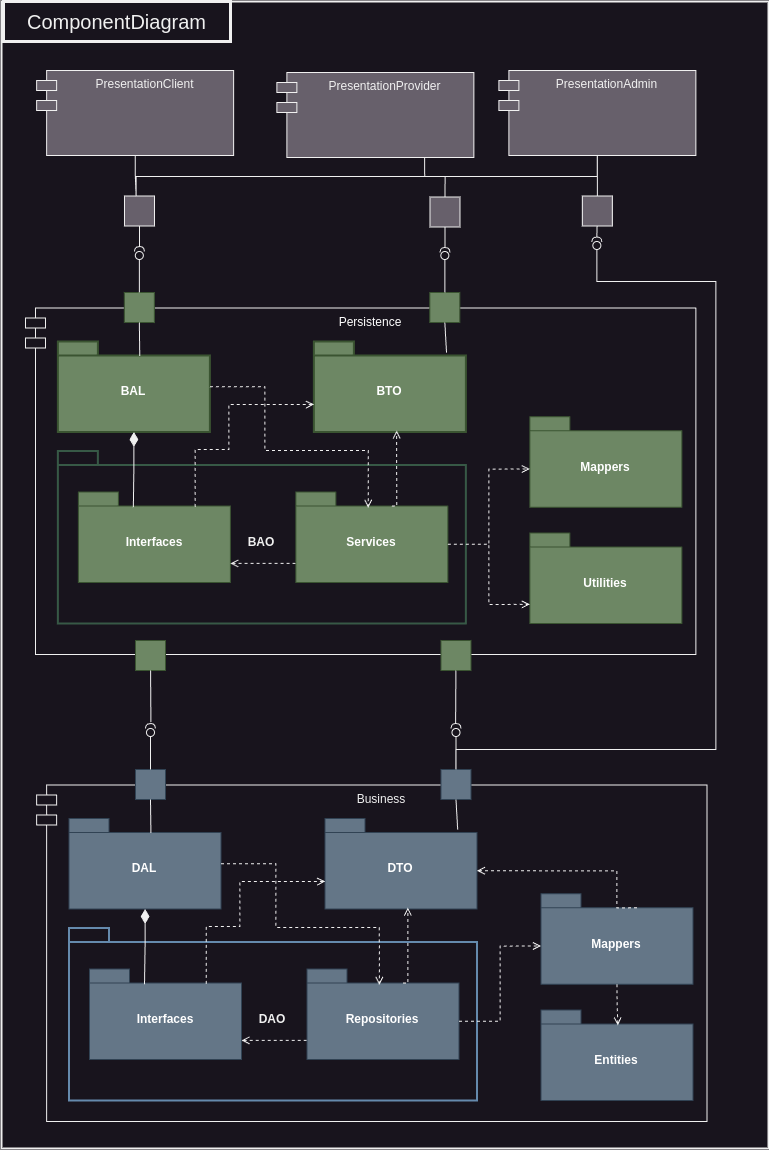
Above: images/component_diagram.png in DamirDenis-Tudor/book-store.net (draw.io), before the change. Source tidied: cells renumbered, new cells last; positions are measured from the earlier drawing's top-left corner, leaving out a move shared by most shapes.
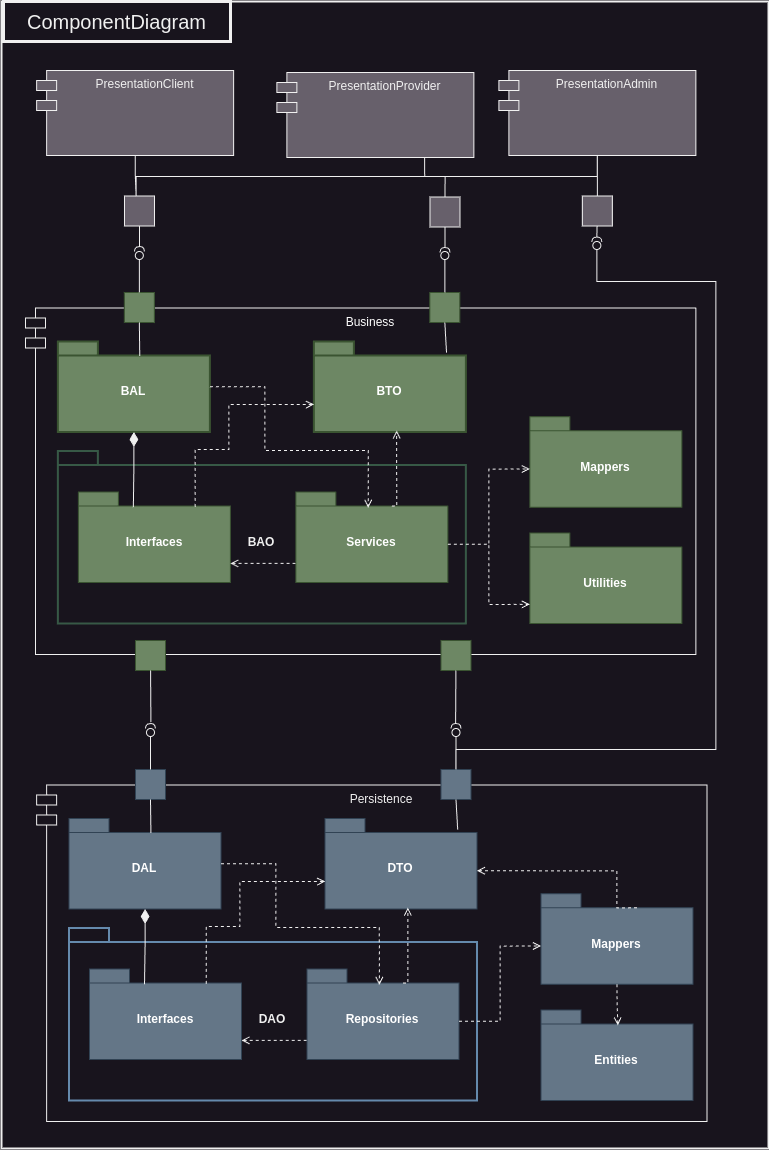
The same diagram one commit later.

Change to the diagram source:
```diff
@@ -5,7 +5,7 @@
     <mxCell id="2" style="rounded=0;whiteSpace=wrap;html=1;strokeWidth=2;" parent="1" vertex="1">
       <mxGeometry width="767" height="1147" as="geometry" />
     </mxCell>
-    <mxCell id="3" value="Persistence" style="shape=module;align=left;spacingLeft=20;align=center;verticalAlign=top;whiteSpace=wrap;html=1;fillColor=default;fontColor=#ffffff;strokeColor=default;" parent="1" vertex="1">
+    <mxCell id="3" value="Business" style="shape=module;align=left;spacingLeft=20;align=center;verticalAlign=top;whiteSpace=wrap;html=1;fillColor=default;fontColor=#ffffff;strokeColor=default;" parent="1" vertex="1">
       <mxGeometry x="24" y="306.5" width="670.3" height="346.5" as="geometry" />
     </mxCell>
     <mxCell id="4" value="BAO" style="shape=folder;fontStyle=1;spacingTop=10;tabWidth=40;tabHeight=14;tabPosition=left;html=1;whiteSpace=wrap;strokeColor=#375946;strokeWidth=2;" parent="1" vertex="1">
@@ -91,7 +91,7 @@
     <mxCell id="25" style="edgeStyle=orthogonalEdgeStyle;rounded=0;jettySize=auto;html=1;exitX=0.5;exitY=1;exitDx=0;exitDy=0;entryX=0.539;entryY=0.16;entryDx=0;entryDy=0;entryPerimeter=0;endArrow=none;endFill=0;" parent="1" edge="1" source="18" target="5">
       <mxGeometry relative="1" as="geometry" />
     </mxCell>
-    <mxCell id="26" value="Business" style="shape=module;align=left;spacingLeft=20;align=center;verticalAlign=top;whiteSpace=wrap;html=1;" parent="1" vertex="1">
+    <mxCell id="26" value="Persistence" style="shape=module;align=left;spacingLeft=20;align=center;verticalAlign=top;whiteSpace=wrap;html=1;" parent="1" vertex="1">
       <mxGeometry x="35.2" y="783.5" width="670.3" height="336.5" as="geometry" />
     </mxCell>
     <mxCell id="27" value="DAO" style="shape=folder;fontStyle=1;spacingTop=10;tabWidth=40;tabHeight=14;tabPosition=left;html=1;whiteSpace=wrap;strokeColor=#658AAD;strokeWidth=2;" parent="1" vertex="1">
```
